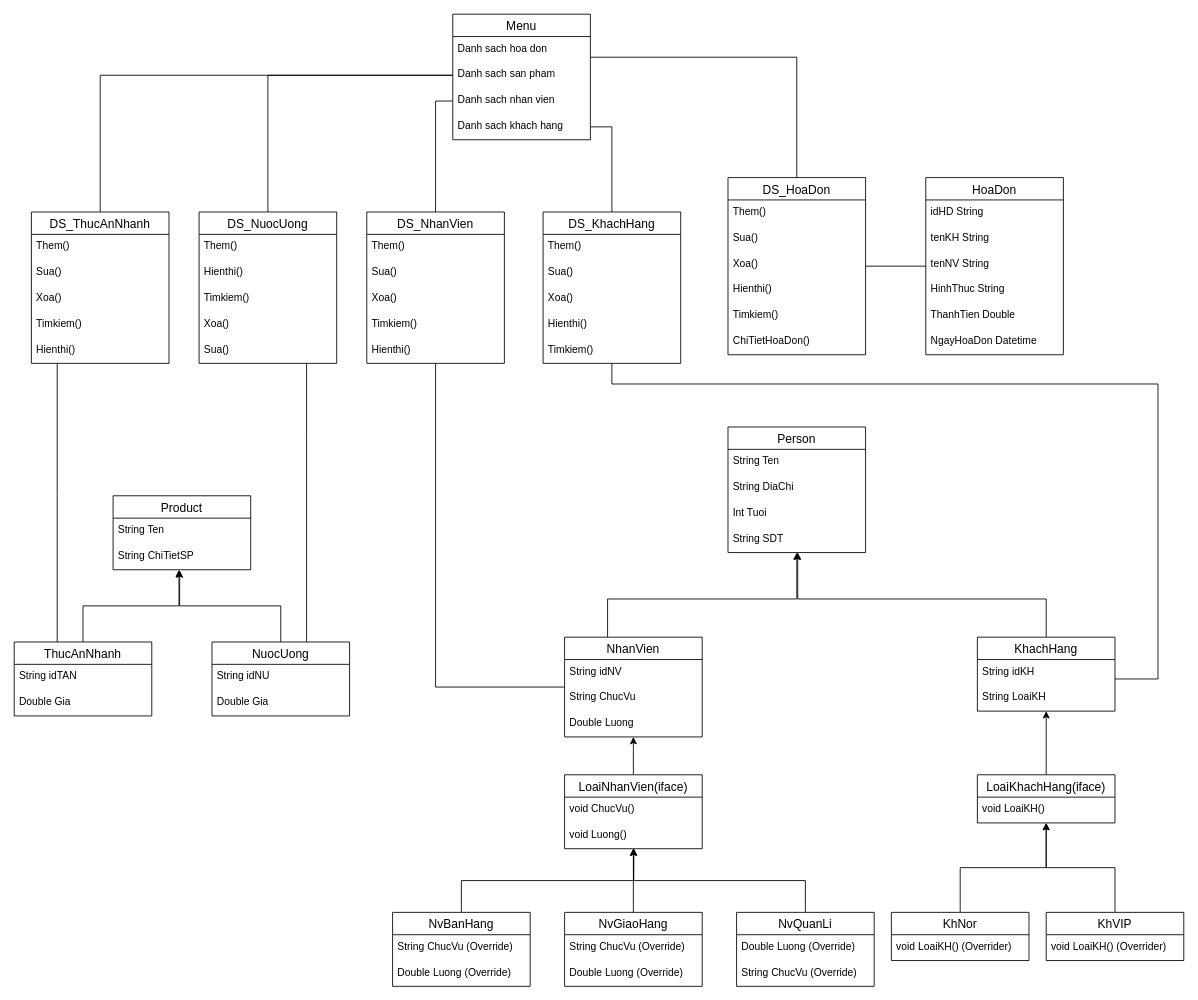
Earlier version of the draw.io diagram UMLDiagram.drawio (EdgarIgnite16/Fast-food-store-Manager-OOP). Source tidied: cells renumbered, new cells numbered last; positions are measured from the earlier drawing's top-left corner, leaving out a move shared by most shapes. Both pictures are drawn from the tidied source at 86%, with x=0, y=0 at pixel (14, 14).
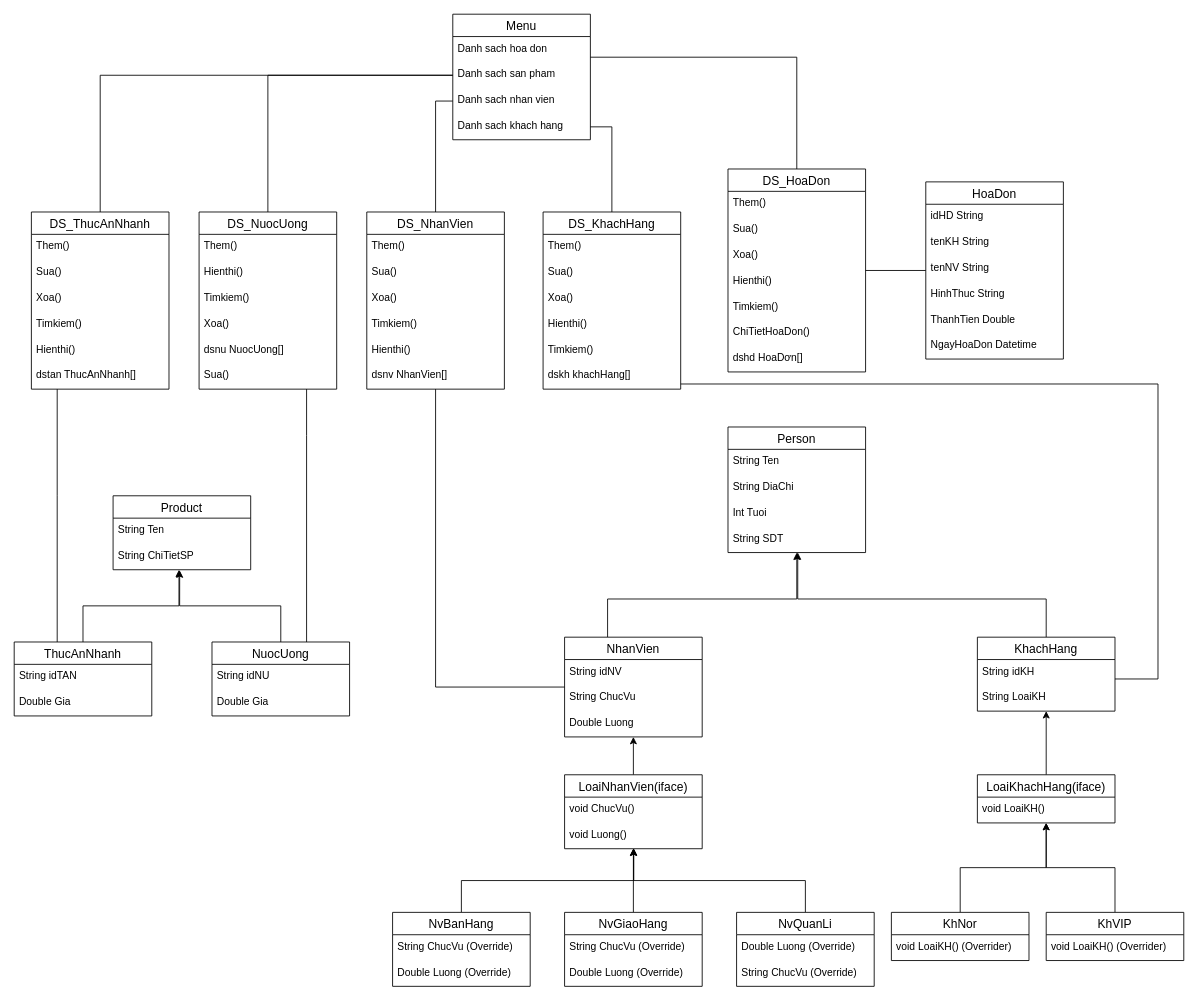
The same diagram, later.

Diff of the diagram source:
```diff
@@
     <mxCell id="6" value="HoaDon" style="swimlane;fontStyle=0;horizontal=1;startSize=26;align=center;fontSize=14;" parent="1" vertex="1">
-      <mxGeometry x="1060" y="190" width="160" height="206" as="geometry" />
+      <mxGeometry x="1060" y="195" width="160" height="206" as="geometry" />
     </mxCell>
@@
     <mxCell id="44" value="DS_ThucAnNhanh" style="swimlane;fontStyle=0;horizontal=1;startSize=26;align=center;fontSize=14;" parent="1" vertex="1">
-      <mxGeometry x="20" y="230" width="160" height="176" as="geometry" />
+      <mxGeometry x="20" y="230" width="160" height="206" as="geometry" />
     </mxCell>
@@
+    <mxCell id="105" value="dstan ThucAnNhanh[]" style="text;strokeColor=none;fillColor=none;spacingLeft=4;spacingRight=4;overflow=hidden;fontSize=12;" parent="44" vertex="1">
+      <mxGeometry y="176" width="160" height="30" as="geometry" />
+    </mxCell>
@@
     <mxCell id="51" value="DS_NuocUong" style="swimlane;fontStyle=0;horizontal=1;startSize=26;align=center;fontSize=14;" parent="1" vertex="1">
-      <mxGeometry x="215" y="230" width="160" height="176" as="geometry" />
+      <mxGeometry x="215" y="230" width="160" height="206" as="geometry" />
     </mxCell>
@@
+    <mxCell id="106" value="dsnu NuocUong[]" style="text;strokeColor=none;fillColor=none;spacingLeft=4;spacingRight=4;overflow=hidden;fontSize=12;" parent="51" vertex="1">
+      <mxGeometry y="146" width="160" height="30" as="geometry" />
+    </mxCell>
     <mxCell id="56" value="Sua()" style="text;strokeColor=none;fillColor=none;spacingLeft=4;spacingRight=4;overflow=hidden;fontSize=12;" parent="51" vertex="1">
-      <mxGeometry y="146" width="160" height="30" as="geometry" />
+      <mxGeometry y="176" width="160" height="30" as="geometry" />
     </mxCell>
@@
     <mxCell id="58" value="DS_NhanVien" style="swimlane;fontStyle=0;horizontal=1;startSize=26;align=center;fontSize=14;" parent="1" vertex="1">
-      <mxGeometry x="410" y="230" width="160" height="176" as="geometry" />
+      <mxGeometry x="410" y="230" width="160" height="206" as="geometry" />
     </mxCell>
@@
+    <mxCell id="107" value="dsnv NhanVien[]" style="text;strokeColor=none;fillColor=none;spacingLeft=4;spacingRight=4;overflow=hidden;fontSize=12;" parent="58" vertex="1">
+      <mxGeometry y="176" width="160" height="30" as="geometry" />
+    </mxCell>
@@
     <mxCell id="65" value="DS_KhachHang" style="swimlane;fontStyle=0;horizontal=1;startSize=26;align=center;fontSize=14;" parent="1" vertex="1">
-      <mxGeometry x="615" y="230" width="160" height="176" as="geometry" />
+      <mxGeometry x="615" y="230" width="160" height="206" as="geometry" />
     </mxCell>
@@
+    <mxCell id="108" value="dskh khachHang[]" style="text;strokeColor=none;fillColor=none;spacingLeft=4;spacingRight=4;overflow=hidden;fontSize=12;" parent="65" vertex="1">
+      <mxGeometry y="176" width="160" height="30" as="geometry" />
+    </mxCell>
@@
     <mxCell id="89" value="DS_HoaDon" style="swimlane;fontStyle=0;horizontal=1;startSize=26;align=center;fontSize=14;" parent="1" vertex="1">
-      <mxGeometry x="830" y="190" width="160" height="206" as="geometry" />
+      <mxGeometry x="830" y="180" width="160" height="236" as="geometry" />
     </mxCell>
@@
+    <mxCell id="109" value="dshd HoaDơn[]" style="text;strokeColor=none;fillColor=none;spacingLeft=4;spacingRight=4;overflow=hidden;fontSize=12;" parent="89" vertex="1">
+      <mxGeometry y="206" width="160" height="30" as="geometry" />
+    </mxCell>
```
